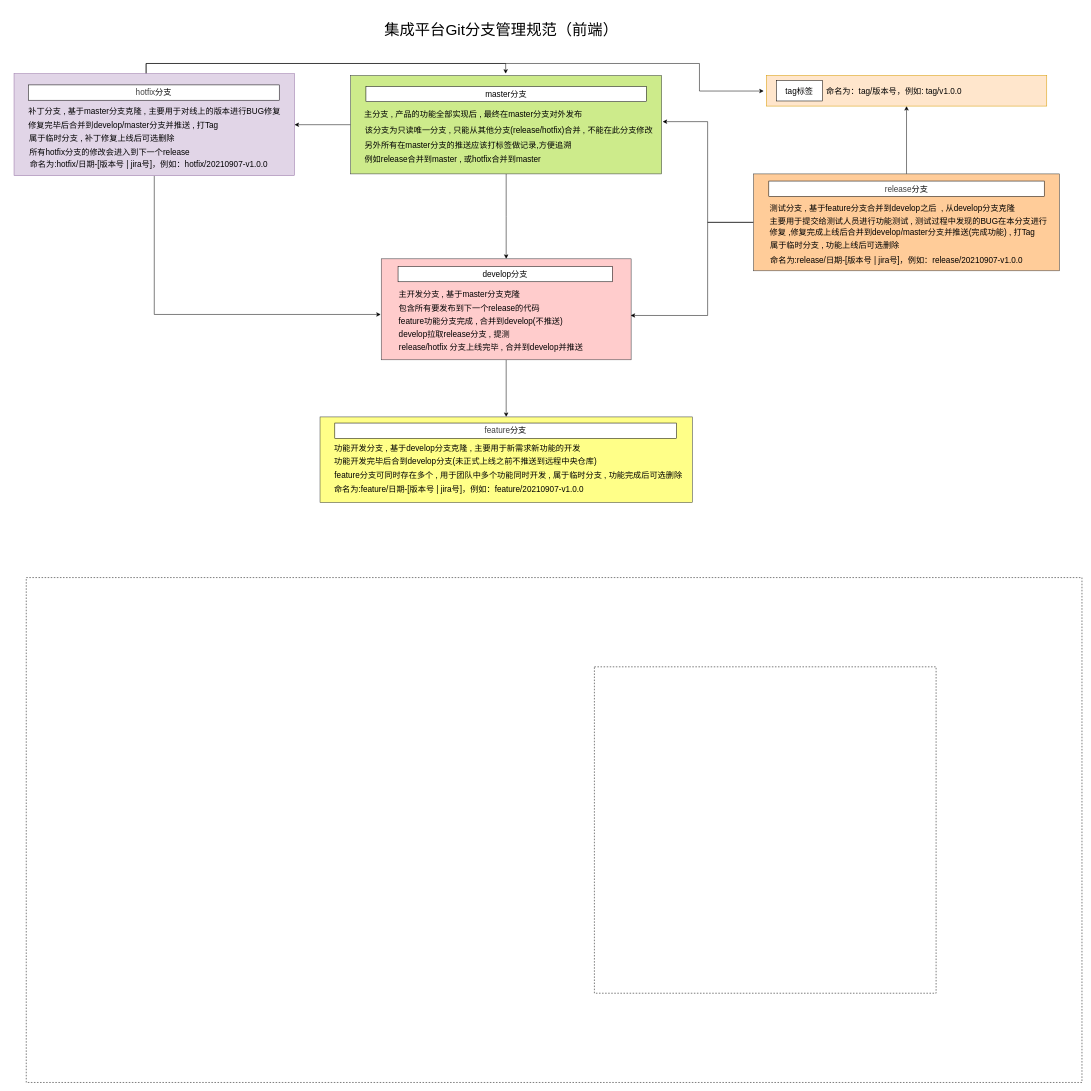
Above: page "git-flow 的副本" (8 of 8) of 未命名绘图.drawio in magicgaorui/- (draw.io), before the change. Source tidied: cells renumbered, new cells numbered last; positions are measured from the earlier drawing's top-left corner, leaving out a move shared by most shapes. Both pictures are drawn from the tidied source at 51%, with x=0, y=0 at pixel (14, 19).
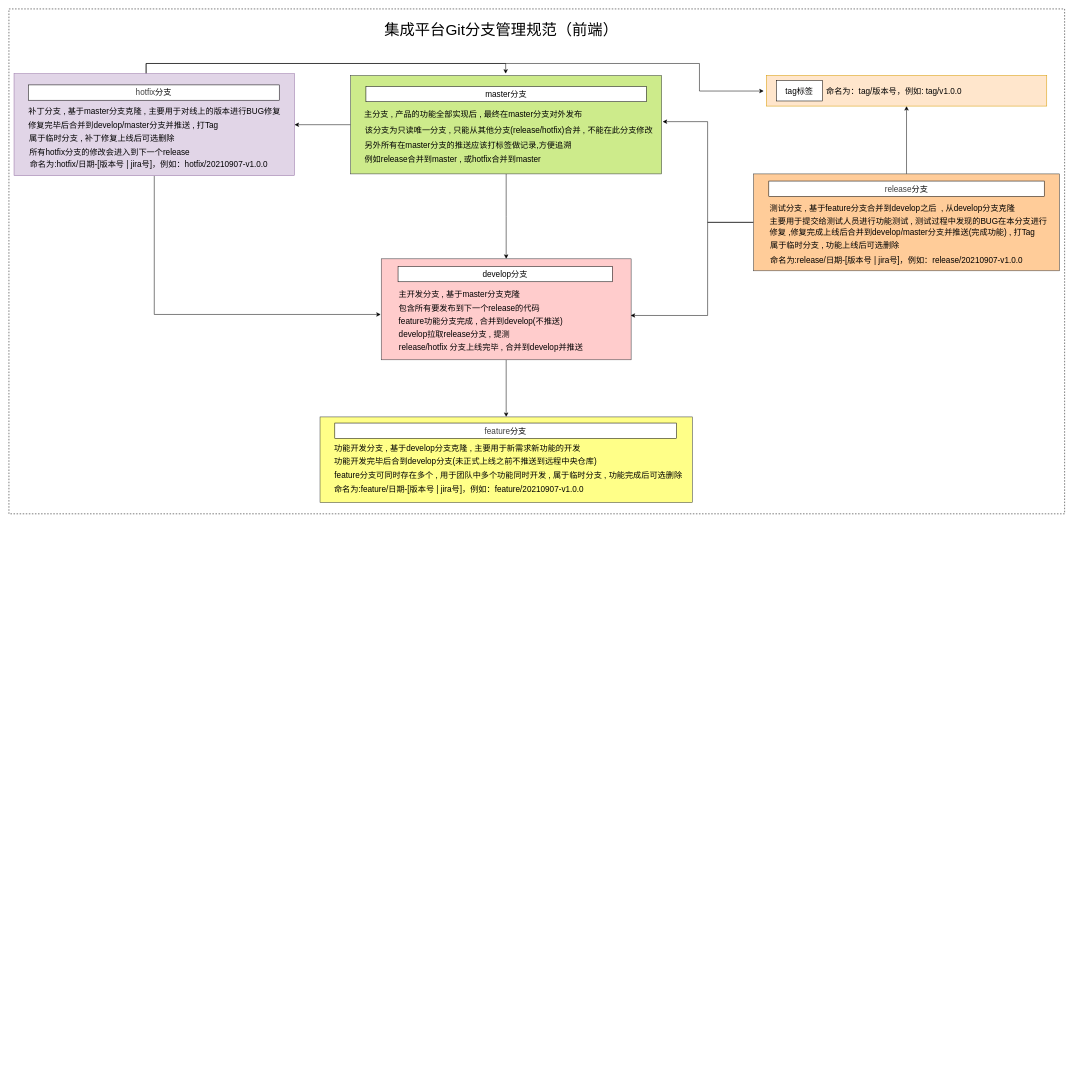
After the change.

Commit message:
更新未命名绘图.drawio

Diff of the diagram source:
```diff
@@
-    <mxCell id="47" style="rounded=0;whiteSpace=wrap;html=1;dashed=1;fontSize=30;fillColor=none;align=center;verticalAlign=middle;" parent="1" vertex="1">
-      <mxGeometry x="1138" y="1270" width="670" height="640" as="geometry" />
-    </mxCell>
@@
     <mxCell id="49" style="rounded=0;whiteSpace=wrap;html=1;dashed=1;fontSize=30;fillColor=none;align=left;verticalAlign=middle;" parent="1" vertex="1">
-      <mxGeometry x="24" y="1095" width="2070" height="990" as="geometry" />
+      <mxGeometry x="-10" y="-20" width="2070" height="990" as="geometry" />
     </mxCell>
```
